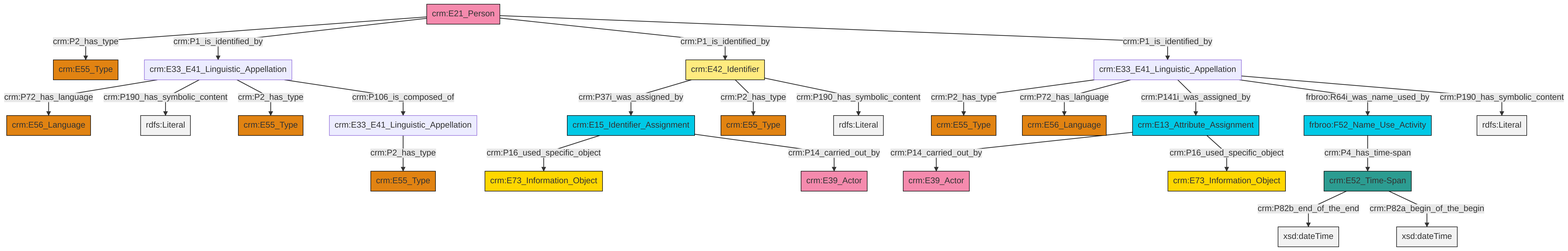
swiss-art-research-net/docs.swissartresearch keeps this Mermaid diagram as et/personCSV/ttl/mmd/png/Person_Names_and_Classification.png. Above is the earlier version. Its source is kept beside it as et/personCSV/ttl/mmd/Person_Names_and_Classification.ttl.mmd.
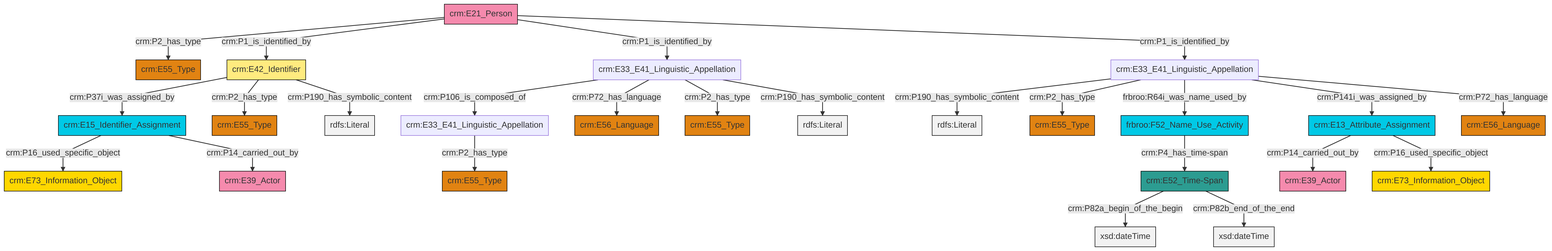
The same diagram one commit later.

The edit, as a diff of the source:
```diff
@@ -13,27 +13,27 @@
 classDef PC_Classes fill:#4ce600, stroke:#000000;
 classDef Multi fill:#cccccc,stroke:#000000;
 
-2["crm:E33_E41_Linguistic_Appellation"]:::Default -->|crm:P2_has_type| 3["crm:E55_Type"]:::Type
-2["crm:E33_E41_Linguistic_Appellation"]:::Default -->|crm:P72_has_language| 6["crm:E56_Language"]:::Type
-7["crm:E33_E41_Linguistic_Appellation"]:::Default -->|crm:P72_has_language| 8["crm:E56_Language"]:::Type
-9["crm:E13_Attribute_Assignment"]:::Temporal_Entity -->|crm:P14_carried_out_by| 10["crm:E39_Actor"]:::Actor
-12["frbroo:F52_Name_Use_Activity"]:::Temporal_Entity -->|crm:P4_has_time-span| 13["crm:E52_Time-Span"]:::Time-Span
-14["crm:E42_Identifier"]:::Appellation -->|crm:P37i_was_assigned_by| 15["crm:E15_Identifier_Assignment"]:::Temporal_Entity
-2["crm:E33_E41_Linguistic_Appellation"]:::Default -->|crm:P141i_was_assigned_by| 9["crm:E13_Attribute_Assignment"]:::Temporal_Entity
-15["crm:E15_Identifier_Assignment"]:::Temporal_Entity -->|crm:P16_used_specific_object| 19["crm:E73_Information_Object"]:::Conceptual_Object
-2["crm:E33_E41_Linguistic_Appellation"]:::Default -->|frbroo:R64i_was_name_used_by| 12["frbroo:F52_Name_Use_Activity"]:::Temporal_Entity
-9["crm:E13_Attribute_Assignment"]:::Temporal_Entity -->|crm:P16_used_specific_object| 21["crm:E73_Information_Object"]:::Conceptual_Object
-15["crm:E15_Identifier_Assignment"]:::Temporal_Entity -->|crm:P14_carried_out_by| 17["crm:E39_Actor"]:::Actor
-22["crm:E21_Person"]:::Actor -->|crm:P2_has_type| 23["crm:E55_Type"]:::Type
-7["crm:E33_E41_Linguistic_Appellation"]:::Default -->|crm:P190_has_symbolic_content| 24[rdfs:Literal]:::Literal
-7["crm:E33_E41_Linguistic_Appellation"]:::Default -->|crm:P2_has_type| 4["crm:E55_Type"]:::Type
-22["crm:E21_Person"]:::Actor -->|crm:P1_is_identified_by| 7["crm:E33_E41_Linguistic_Appellation"]:::Default
-22["crm:E21_Person"]:::Actor -->|crm:P1_is_identified_by| 14["crm:E42_Identifier"]:::Appellation
-14["crm:E42_Identifier"]:::Appellation -->|crm:P2_has_type| 0["crm:E55_Type"]:::Type
-2["crm:E33_E41_Linguistic_Appellation"]:::Default -->|crm:P190_has_symbolic_content| 34[rdfs:Literal]:::Literal
-22["crm:E21_Person"]:::Actor -->|crm:P1_is_identified_by| 2["crm:E33_E41_Linguistic_Appellation"]:::Default
-13["crm:E52_Time-Span"]:::Time-Span -->|crm:P82b_end_of_the_end| 36[xsd:dateTime]:::Literal
-14["crm:E42_Identifier"]:::Appellation -->|crm:P190_has_symbolic_content| 38[rdfs:Literal]:::Literal
-13["crm:E52_Time-Span"]:::Time-Span -->|crm:P82a_begin_of_the_begin| 39[xsd:dateTime]:::Literal
-7["crm:E33_E41_Linguistic_Appellation"]:::Default -->|crm:P106_is_composed_of| 26["crm:E33_E41_Linguistic_Appellation"]:::Default
-26["crm:E33_E41_Linguistic_Appellation"]:::Default -->|crm:P2_has_type| 41["crm:E55_Type"]:::Type
+0["crm:E33_E41_Linguistic_Appellation"]:::Default -->|crm:P106_is_composed_of| 1["crm:E33_E41_Linguistic_Appellation"]:::Default
+0["crm:E33_E41_Linguistic_Appellation"]:::Default -->|crm:P72_has_language| 2["crm:E56_Language"]:::Type
+3["frbroo:F52_Name_Use_Activity"]:::Temporal_Entity -->|crm:P4_has_time-span| 4["crm:E52_Time-Span"]:::Time-Span
+4["crm:E52_Time-Span"]:::Time-Span -->|crm:P82a_begin_of_the_begin| 5[xsd:dateTime]:::Literal
+8["crm:E42_Identifier"]:::Appellation -->|crm:P37i_was_assigned_by| 9["crm:E15_Identifier_Assignment"]:::Temporal_Entity
+12["crm:E33_E41_Linguistic_Appellation"]:::Default -->|crm:P190_has_symbolic_content| 13[rdfs:Literal]:::Literal
+16["crm:E13_Attribute_Assignment"]:::Temporal_Entity -->|crm:P14_carried_out_by| 17["crm:E39_Actor"]:::Actor
+20["crm:E21_Person"]:::Actor -->|crm:P2_has_type| 22["crm:E55_Type"]:::Type
+8["crm:E42_Identifier"]:::Appellation -->|crm:P2_has_type| 26["crm:E55_Type"]:::Type
+12["crm:E33_E41_Linguistic_Appellation"]:::Default -->|crm:P2_has_type| 27["crm:E55_Type"]:::Type
+16["crm:E13_Attribute_Assignment"]:::Temporal_Entity -->|crm:P16_used_specific_object| 28["crm:E73_Information_Object"]:::Conceptual_Object
+4["crm:E52_Time-Span"]:::Time-Span -->|crm:P82b_end_of_the_end| 30[xsd:dateTime]:::Literal
+12["crm:E33_E41_Linguistic_Appellation"]:::Default -->|frbroo:R64i_was_name_used_by| 3["frbroo:F52_Name_Use_Activity"]:::Temporal_Entity
+9["crm:E15_Identifier_Assignment"]:::Temporal_Entity -->|crm:P16_used_specific_object| 10["crm:E73_Information_Object"]:::Conceptual_Object
+12["crm:E33_E41_Linguistic_Appellation"]:::Default -->|crm:P141i_was_assigned_by| 16["crm:E13_Attribute_Assignment"]:::Temporal_Entity
+12["crm:E33_E41_Linguistic_Appellation"]:::Default -->|crm:P72_has_language| 33["crm:E56_Language"]:::Type
+1["crm:E33_E41_Linguistic_Appellation"]:::Default -->|crm:P2_has_type| 31["crm:E55_Type"]:::Type
+8["crm:E42_Identifier"]:::Appellation -->|crm:P190_has_symbolic_content| 36[rdfs:Literal]:::Literal
+20["crm:E21_Person"]:::Actor -->|crm:P1_is_identified_by| 8["crm:E42_Identifier"]:::Appellation
+9["crm:E15_Identifier_Assignment"]:::Temporal_Entity -->|crm:P14_carried_out_by| 23["crm:E39_Actor"]:::Actor
+20["crm:E21_Person"]:::Actor -->|crm:P1_is_identified_by| 0["crm:E33_E41_Linguistic_Appellation"]:::Default
+0["crm:E33_E41_Linguistic_Appellation"]:::Default -->|crm:P2_has_type| 40["crm:E55_Type"]:::Type
+20["crm:E21_Person"]:::Actor -->|crm:P1_is_identified_by| 12["crm:E33_E41_Linguistic_Appellation"]:::Default
+0["crm:E33_E41_Linguistic_Appellation"]:::Default -->|crm:P190_has_symbolic_content| 46[rdfs:Literal]:::Literal
```
